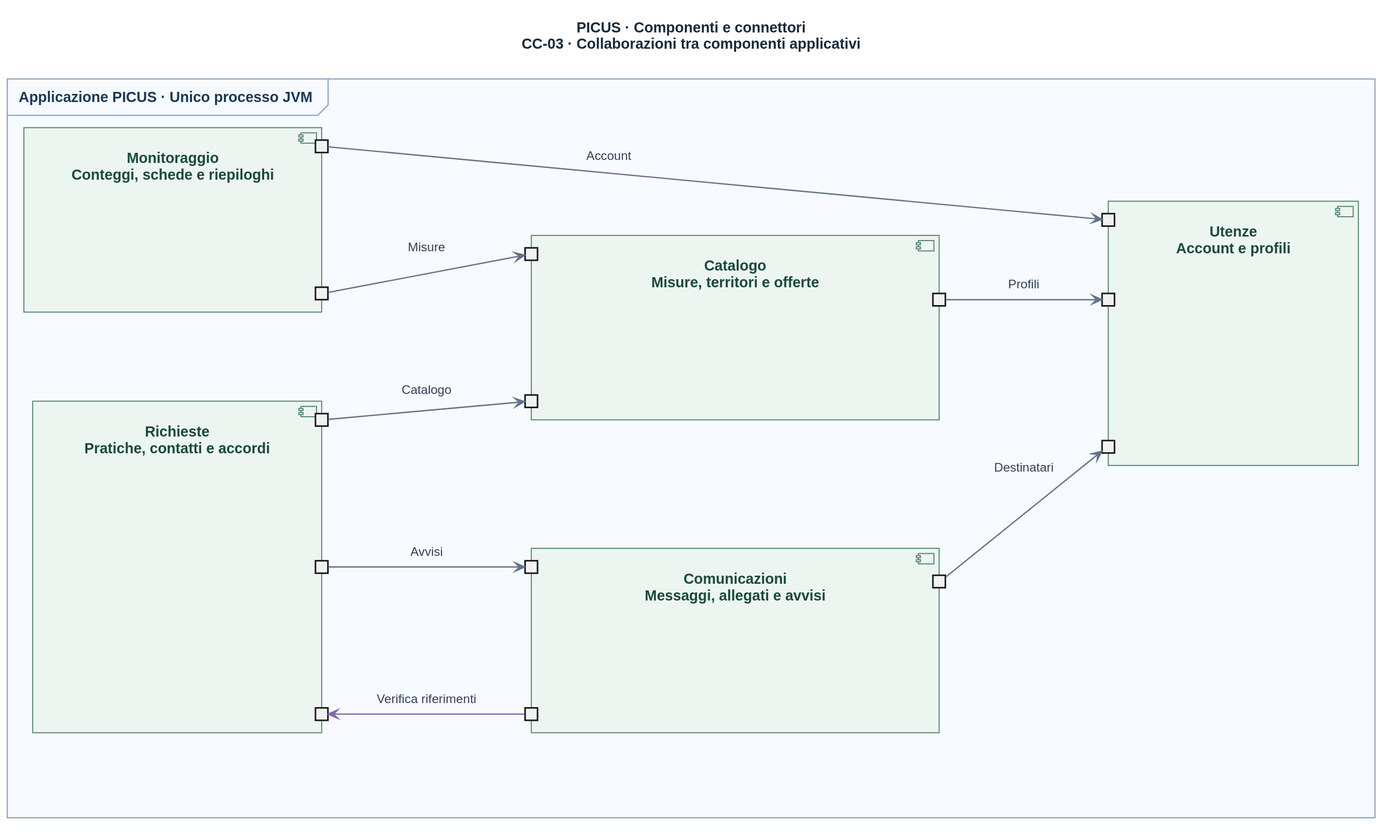
This is docs/architecture/diagrams/C&C/Collaborazioni-C&C.svg from Pinguini-alla-Fragola/Progetto-SAD, a PlantUML export, as it was before one commit. Source of this version:
```plantuml
@startuml
!include C&C-style.iuml
left to right direction
skinparam nodesep 65
skinparam ranksep 75
title PICUS · Componenti e connettori\nCC-03 · Collaborazioni tra componenti applicativi

frame "Applicazione PICUS · Unico processo JVM" as JVM {
  component "Richieste\nPratiche, contatti e accordi" as R {
    portout " " as R_C
    portout " " as R_A
    portout " " as R_CHECK
  }
  component "Monitoraggio\nConteggi, schede e riepiloghi" as M {
    portout " " as M_C
    portout " " as M_U
  }
  component "Catalogo\nMisure, territori e offerte" as C {
    portin " " as C_R
    portin " " as C_M
    portout " " as C_U
  }
  component "Comunicazioni\nMessaggi, allegati e avvisi" as A {
    portin " " as A_R
    portin " " as A_CHECK
    portout " " as A_U
  }
  component "Utenze\nAccount e profili" as U {
    portin " " as U_C
    portin " " as U_A
    portin " " as U_M
  }
}
R_C --> C_R : Catalogo
R_A --> A_R : Avvisi
A_CHECK -[#8069AE]-> R_CHECK : Verifica riferimenti
A_U --> U_A : Destinatari
C_U --> U_C : Profili
M_C --> C_M : Misure
M_U --> U_M : Account
@enduml
```
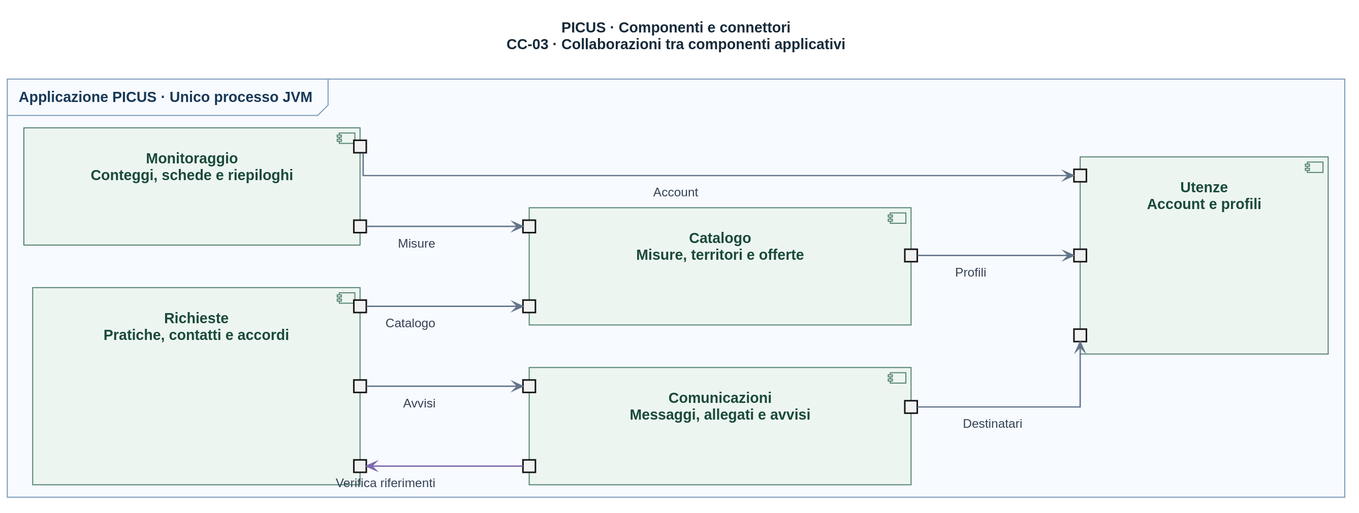
After the change.

The edit, as a diff of the source:
```diff
@@ -31,11 +31,11 @@
     portin " " as U_M
   }
 }
-R_C --> C_R : Catalogo
-R_A --> A_R : Avvisi
-A_CHECK -[#8069AE]-> R_CHECK : Verifica riferimenti
-A_U --> U_A : Destinatari
-C_U --> U_C : Profili
-M_C --> C_M : Misure
-M_U --> U_M : Account
+R_C ---> C_R : Catalogo
+R_A ---> A_R : Avvisi
+R_CHECK <-[#8069AE]-- A_CHECK : Verifica riferimenti
+A_U ---> U_A : Destinatari
+C_U ---> U_C : Profili
+M_C ---> C_M : Misure
+M_U ---> U_M : Account
 @enduml
```
